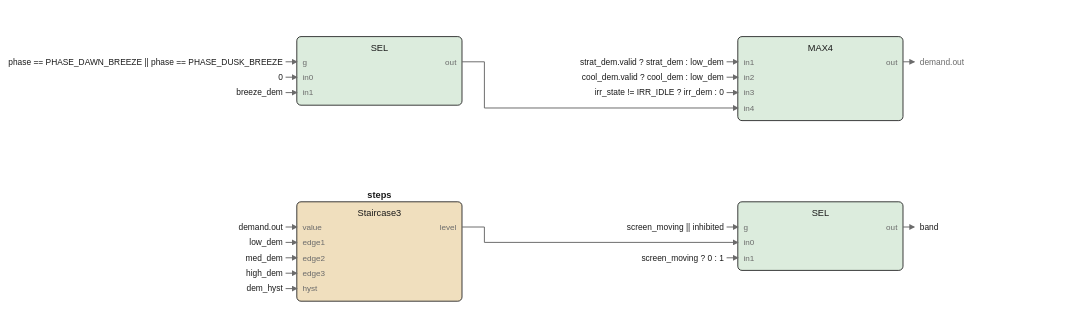
This is images/logic/fans_fbd.drawio.svg from pstch/botanik2, a draw.io export, as it was before one commit. Source tidied: cells renumbered, new cells last; positions are measured from the earlier drawing's top-left corner, leaving out a move shared by most shapes.
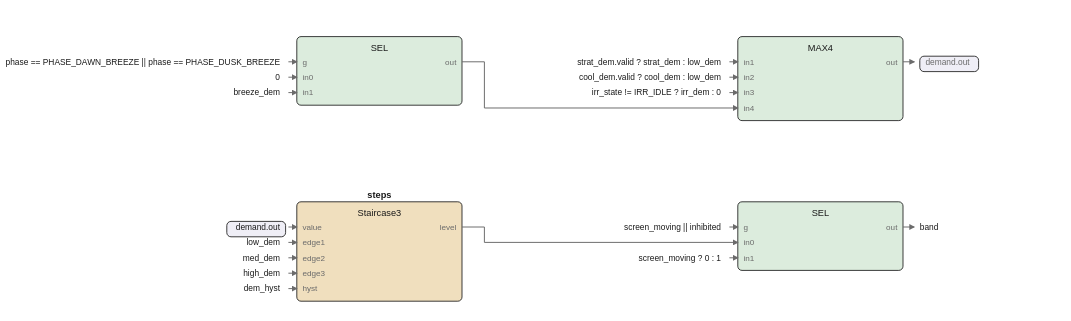
The same file after the commit.

Diff of the diagram source:
```diff
@@ -86,160 +86,147 @@
     <mxCell id="29" value="out" style="text;html=1;whiteSpace=nowrap;fontSize=6;fontColor=#6b6b6b;align=right;verticalAlign=middle;" parent="1" vertex="1">
       <mxGeometry x="608" y="131.7" width="20" height="9.8" as="geometry" />
     </mxCell>
-    <mxCell id="30" style="edgeStyle=none;html=1;strokeColor=#6b6b6b;endArrow=block;" parent="1" edge="1">
+    <mxCell id="30" style="edgeStyle=none;html=1;strokeColor=#6b6b6b;endArrow=block;exitX=1;exitY=0.3673;exitDx=0;exitDy=0;" parent="1" edge="1" source="24">
       <mxGeometry relative="1" as="geometry">
-        <mxPoint x="632" y="136" as="sourcePoint" />
         <mxPoint x="640" y="136" as="targetPoint" />
       </mxGeometry>
     </mxCell>
     <mxCell id="31" value="band" style="text;html=1;whiteSpace=nowrap;fontSize=6;fontColor=#1a1a1a;align=left;verticalAlign=middle;" parent="1" vertex="1">
       <mxGeometry x="644" y="131.5" width="20" height="10" as="geometry" />
     </mxCell>
-    <mxCell id="32" style="edgeStyle=none;html=1;strokeColor=#6b6b6b;endArrow=block;" parent="1" edge="1">
+    <mxCell id="32" style="edgeStyle=none;html=1;strokeColor=#6b6b6b;endArrow=block;exitX=1;exitY=0.3;exitDx=0;exitDy=0;" parent="1" edge="1" source="8">
       <mxGeometry relative="1" as="geometry">
-        <mxPoint x="632" y="18" as="sourcePoint" />
         <mxPoint x="640" y="18" as="targetPoint" />
       </mxGeometry>
     </mxCell>
-    <mxCell id="33" value="demand.out" style="text;html=1;whiteSpace=nowrap;fontSize=6;fontColor=#6b6b6b;align=left;verticalAlign=middle;" parent="1" vertex="1">
-      <mxGeometry x="644" y="13.5" width="37" height="10" as="geometry" />
+    <mxCell id="33" style="rounded=1;fillColor=#efeef6;strokeColor=#1a1a1a;whiteSpace=wrap;html=1;fontSize=8;" parent="1" vertex="1">
+      <mxGeometry x="644" y="14" width="42" height="11" as="geometry" />
     </mxCell>
-    <mxCell id="34" style="edgeStyle=none;html=1;strokeColor=#6b6b6b;endArrow=block;" parent="1" edge="1">
-      <mxGeometry relative="1" as="geometry">
-        <mxPoint x="317" y="18" as="sourcePoint" />
-        <mxPoint x="514" y="51" as="targetPoint" />
-        <Array as="points">
-          <mxPoint x="333" y="18" />
-          <mxPoint x="333" y="51" />
-        </Array>
-      </mxGeometry>
-    </mxCell>
+    <mxCell id="48" value="demand.out" style="text;html=1;whiteSpace=nowrap;fontSize=6;fontColor=#6b6b6b;align=left;verticalAlign=middle;" parent="1" vertex="1">
+      <mxGeometry x="648" y="13.5" width="37" height="10" as="geometry" />
+    </mxCell>
-    <mxCell id="35" style="edgeStyle=none;html=1;strokeColor=#6b6b6b;endArrow=block;" parent="1" edge="1">
+    <mxCell id="35" style="edgeStyle=none;html=1;strokeColor=#6b6b6b;endArrow=block;exitX=1;exitY=0.3673;exitDx=0;exitDy=0;entryX=0;entryY=0.85;entryDx=0;entryDy=0;" parent="1" edge="1" source="2" target="8">
       <mxGeometry relative="1" as="geometry">
-        <mxPoint x="317" y="136" as="sourcePoint" />
-        <mxPoint x="514" y="147" as="targetPoint" />
         <Array as="points">
-          <mxPoint x="333" y="136" />
-          <mxPoint x="333" y="147" />
+          <mxPoint x="333" y="18" />
+          <mxPoint x="333" y="51" />
         </Array>
       </mxGeometry>
     </mxCell>
+    <mxCell id="62" style="edgeStyle=none;html=1;strokeColor=#6b6b6b;endArrow=block;exitX=1;exitY=0.2535;exitDx=0;exitDy=0;entryX=0;entryY=0.5918;entryDx=0;entryDy=0;" parent="1" edge="1" source="15" target="24">
+      <mxGeometry relative="1" as="geometry">
+        <Array as="points">
+          <mxPoint x="333" y="136" />
+          <mxPoint x="333" y="147" />
+        </Array>
+      </mxGeometry>
+    </mxCell>
     <mxCell id="36" value="phase == PHASE_DAWN_BREEZE || phase == PHASE_DUSK_BREEZE" style="text;html=1;whiteSpace=nowrap;fontSize=6;fontColor=#1a1a1a;align=right;verticalAlign=middle;" parent="1" vertex="1">
-      <mxGeometry x="0.2" y="13.5" width="188.8" height="10" as="geometry" />
+      <mxGeometry x="-1.8" y="13.5" width="188.8" height="10" as="geometry" />
     </mxCell>
-    <mxCell id="37" style="edgeStyle=none;html=1;strokeColor=#6b6b6b;endArrow=block;" parent="1" edge="1">
-      <mxGeometry relative="1" as="geometry">
-        <mxPoint x="191" y="18" as="sourcePoint" />
-        <mxPoint x="199" y="18" as="targetPoint" />
-      </mxGeometry>
-    </mxCell>
+    <mxCell id="63" style="edgeStyle=none;html=1;strokeColor=#6b6b6b;endArrow=block;entryX=0;entryY=0.3673;entryDx=0;entryDy=0;" parent="1" edge="1" target="2">
+      <mxGeometry relative="1" as="geometry">
+        <mxPoint x="193" y="18" as="sourcePoint" />
+      </mxGeometry>
+    </mxCell>
     <mxCell id="38" value="0" style="text;html=1;whiteSpace=nowrap;fontSize=6;fontColor=#1a1a1a;align=right;verticalAlign=middle;" parent="1" vertex="1">
-      <mxGeometry x="169" y="24.5" width="20" height="10" as="geometry" />
+      <mxGeometry x="167" y="24.5" width="20" height="10" as="geometry" />
     </mxCell>
-    <mxCell id="39" style="edgeStyle=none;html=1;strokeColor=#6b6b6b;endArrow=block;" parent="1" edge="1">
-      <mxGeometry relative="1" as="geometry">
-        <mxPoint x="191" y="29" as="sourcePoint" />
-        <mxPoint x="199" y="29" as="targetPoint" />
-      </mxGeometry>
-    </mxCell>
+    <mxCell id="64" style="edgeStyle=none;html=1;strokeColor=#6b6b6b;endArrow=block;entryX=0;entryY=0.5918;entryDx=0;entryDy=0;" parent="1" edge="1" target="2">
+      <mxGeometry relative="1" as="geometry">
+        <mxPoint x="193" y="29" as="sourcePoint" />
+      </mxGeometry>
+    </mxCell>
     <mxCell id="40" value="breeze_dem" style="text;html=1;whiteSpace=nowrap;fontSize=6;fontColor=#1a1a1a;align=right;verticalAlign=middle;" parent="1" vertex="1">
-      <mxGeometry x="152" y="35.5" width="37" height="10" as="geometry" />
+      <mxGeometry x="150" y="35.5" width="37" height="10" as="geometry" />
     </mxCell>
-    <mxCell id="41" style="edgeStyle=none;html=1;strokeColor=#6b6b6b;endArrow=block;" parent="1" edge="1">
-      <mxGeometry relative="1" as="geometry">
-        <mxPoint x="191" y="40" as="sourcePoint" />
-        <mxPoint x="199" y="40" as="targetPoint" />
-      </mxGeometry>
-    </mxCell>
+    <mxCell id="65" style="edgeStyle=none;html=1;strokeColor=#6b6b6b;endArrow=block;entryX=0;entryY=0.8163;entryDx=0;entryDy=0;" parent="1" edge="1" target="2">
+      <mxGeometry relative="1" as="geometry">
+        <mxPoint x="193" y="40" as="sourcePoint" />
+      </mxGeometry>
+    </mxCell>
     <mxCell id="42" value="strat_dem.valid ? strat_dem : low_dem" style="text;html=1;whiteSpace=nowrap;fontSize=6;fontColor=#1a1a1a;align=right;verticalAlign=middle;" parent="1" vertex="1">
-      <mxGeometry x="377.9" y="13.5" width="126.1" height="10" as="geometry" />
+      <mxGeometry x="375.9" y="13.5" width="126.1" height="10" as="geometry" />
     </mxCell>
-    <mxCell id="43" style="edgeStyle=none;html=1;strokeColor=#6b6b6b;endArrow=block;" parent="1" edge="1">
-      <mxGeometry relative="1" as="geometry">
-        <mxPoint x="506" y="18" as="sourcePoint" />
-        <mxPoint x="514" y="18" as="targetPoint" />
-      </mxGeometry>
-    </mxCell>
+    <mxCell id="66" style="edgeStyle=none;html=1;strokeColor=#6b6b6b;endArrow=block;entryX=0;entryY=0.3;entryDx=0;entryDy=0;" parent="1" edge="1" target="8">
+      <mxGeometry relative="1" as="geometry">
+        <mxPoint x="508" y="18" as="sourcePoint" />
+      </mxGeometry>
+    </mxCell>
     <mxCell id="44" value="cool_dem.valid ? cool_dem : low_dem" style="text;html=1;whiteSpace=nowrap;fontSize=6;fontColor=#1a1a1a;align=right;verticalAlign=middle;" parent="1" vertex="1">
-      <mxGeometry x="384.5" y="24.5" width="119.5" height="10" as="geometry" />
+      <mxGeometry x="382.5" y="24.5" width="119.5" height="10" as="geometry" />
     </mxCell>
-    <mxCell id="45" style="edgeStyle=none;html=1;strokeColor=#6b6b6b;endArrow=block;" parent="1" edge="1">
-      <mxGeometry relative="1" as="geometry">
-        <mxPoint x="506" y="29" as="sourcePoint" />
-        <mxPoint x="514" y="29" as="targetPoint" />
-      </mxGeometry>
-    </mxCell>
+    <mxCell id="67" style="edgeStyle=none;html=1;strokeColor=#6b6b6b;endArrow=block;entryX=0;entryY=0.4833;entryDx=0;entryDy=0;" parent="1" edge="1" target="8">
+      <mxGeometry relative="1" as="geometry">
+        <mxPoint x="508" y="29" as="sourcePoint" />
+      </mxGeometry>
+    </mxCell>
     <mxCell id="46" value="irr_state != IRR_IDLE ? irr_dem : 0" style="text;html=1;whiteSpace=nowrap;fontSize=6;fontColor=#1a1a1a;align=right;verticalAlign=middle;" parent="1" vertex="1">
-      <mxGeometry x="384.5" y="35.5" width="119.5" height="10" as="geometry" />
+      <mxGeometry x="382.5" y="35.5" width="119.5" height="10" as="geometry" />
     </mxCell>
-    <mxCell id="47" style="edgeStyle=none;html=1;strokeColor=#6b6b6b;endArrow=block;" parent="1" edge="1">
-      <mxGeometry relative="1" as="geometry">
-        <mxPoint x="506" y="40" as="sourcePoint" />
-        <mxPoint x="514" y="40" as="targetPoint" />
-      </mxGeometry>
-    </mxCell>
-    <mxCell id="48" value="demand.out" style="text;html=1;whiteSpace=nowrap;fontSize=6;fontColor=#1a1a1a;align=right;verticalAlign=middle;" parent="1" vertex="1">
-      <mxGeometry x="152" y="131.5" width="37" height="10" as="geometry" />
-    </mxCell>
-    <mxCell id="49" style="edgeStyle=none;html=1;strokeColor=#6b6b6b;endArrow=block;" parent="1" edge="1">
-      <mxGeometry relative="1" as="geometry">
-        <mxPoint x="191" y="136" as="sourcePoint" />
-        <mxPoint x="199" y="136" as="targetPoint" />
-      </mxGeometry>
-    </mxCell>
+    <mxCell id="68" style="edgeStyle=none;html=1;strokeColor=#6b6b6b;endArrow=block;entryX=0;entryY=0.6667;entryDx=0;entryDy=0;" parent="1" edge="1" target="8">
+      <mxGeometry relative="1" as="geometry">
+        <mxPoint x="508" y="40" as="sourcePoint" />
+      </mxGeometry>
+    </mxCell>
+    <mxCell id="69" style="rounded=1;fillColor=#efeef6;strokeColor=#1a1a1a;whiteSpace=wrap;html=1;fontSize=8;" parent="1" vertex="1">
+      <mxGeometry x="149" y="132" width="42" height="11" as="geometry" />
+    </mxCell>
-    <mxCell id="50" value="low_dem" style="text;html=1;whiteSpace=nowrap;fontSize=6;fontColor=#1a1a1a;align=right;verticalAlign=middle;" parent="1" vertex="1">
-      <mxGeometry x="161.9" y="142.5" width="27.1" height="10" as="geometry" />
+    <mxCell id="50" value="demand.out" style="text;html=1;whiteSpace=nowrap;fontSize=6;fontColor=#1a1a1a;align=right;verticalAlign=middle;" parent="1" vertex="1">
+      <mxGeometry x="150" y="131.5" width="37" height="10" as="geometry" />
     </mxCell>
-    <mxCell id="51" style="edgeStyle=none;html=1;strokeColor=#6b6b6b;endArrow=block;" parent="1" edge="1">
+    <mxCell id="51" style="edgeStyle=none;html=1;strokeColor=#6b6b6b;endArrow=block;entryX=0;entryY=0.2535;entryDx=0;entryDy=0;" parent="1" edge="1" target="15">
       <mxGeometry relative="1" as="geometry">
-        <mxPoint x="191" y="147" as="sourcePoint" />
-        <mxPoint x="199" y="147" as="targetPoint" />
+        <mxPoint x="193" y="136" as="sourcePoint" />
       </mxGeometry>
     </mxCell>
-    <mxCell id="52" value="med_dem" style="text;html=1;whiteSpace=nowrap;fontSize=6;fontColor=#1a1a1a;align=right;verticalAlign=middle;" parent="1" vertex="1">
-      <mxGeometry x="161.9" y="153.5" width="27.1" height="10" as="geometry" />
+    <mxCell id="52" value="low_dem" style="text;html=1;whiteSpace=nowrap;fontSize=6;fontColor=#1a1a1a;align=right;verticalAlign=middle;" parent="1" vertex="1">
+      <mxGeometry x="159.9" y="142.5" width="27.1" height="10" as="geometry" />
     </mxCell>
-    <mxCell id="53" style="edgeStyle=none;html=1;strokeColor=#6b6b6b;endArrow=block;" parent="1" edge="1">
+    <mxCell id="53" style="edgeStyle=none;html=1;strokeColor=#6b6b6b;endArrow=block;entryX=0;entryY=0.4085;entryDx=0;entryDy=0;" parent="1" edge="1" target="15">
       <mxGeometry relative="1" as="geometry">
-        <mxPoint x="191" y="158" as="sourcePoint" />
-        <mxPoint x="199" y="158" as="targetPoint" />
+        <mxPoint x="193" y="147" as="sourcePoint" />
       </mxGeometry>
     </mxCell>
-    <mxCell id="54" value="high_dem" style="text;html=1;whiteSpace=nowrap;fontSize=6;fontColor=#1a1a1a;align=right;verticalAlign=middle;" parent="1" vertex="1">
-      <mxGeometry x="158.6" y="164.5" width="30.4" height="10" as="geometry" />
+    <mxCell id="54" value="med_dem" style="text;html=1;whiteSpace=nowrap;fontSize=6;fontColor=#1a1a1a;align=right;verticalAlign=middle;" parent="1" vertex="1">
+      <mxGeometry x="159.9" y="153.5" width="27.1" height="10" as="geometry" />
     </mxCell>
-    <mxCell id="55" style="edgeStyle=none;html=1;strokeColor=#6b6b6b;endArrow=block;" parent="1" edge="1">
+    <mxCell id="55" style="edgeStyle=none;html=1;strokeColor=#6b6b6b;endArrow=block;entryX=0;entryY=0.5634;entryDx=0;entryDy=0;" parent="1" edge="1" target="15">
       <mxGeometry relative="1" as="geometry">
-        <mxPoint x="191" y="169" as="sourcePoint" />
-        <mxPoint x="199" y="169" as="targetPoint" />
+        <mxPoint x="193" y="158" as="sourcePoint" />
       </mxGeometry>
     </mxCell>
-    <mxCell id="56" value="dem_hyst" style="text;html=1;whiteSpace=nowrap;fontSize=6;fontColor=#1a1a1a;align=right;verticalAlign=middle;" parent="1" vertex="1">
-      <mxGeometry x="158.6" y="175.5" width="30.4" height="10" as="geometry" />
+    <mxCell id="56" value="high_dem" style="text;html=1;whiteSpace=nowrap;fontSize=6;fontColor=#1a1a1a;align=right;verticalAlign=middle;" parent="1" vertex="1">
+      <mxGeometry x="156.6" y="164.5" width="30.4" height="10" as="geometry" />
     </mxCell>
-    <mxCell id="57" style="edgeStyle=none;html=1;strokeColor=#6b6b6b;endArrow=block;" parent="1" edge="1">
+    <mxCell id="57" style="edgeStyle=none;html=1;strokeColor=#6b6b6b;endArrow=block;entryX=0;entryY=0.7183;entryDx=0;entryDy=0;" parent="1" edge="1" target="15">
       <mxGeometry relative="1" as="geometry">
-        <mxPoint x="191" y="180" as="sourcePoint" />
-        <mxPoint x="199" y="180" as="targetPoint" />
+        <mxPoint x="193" y="169" as="sourcePoint" />
       </mxGeometry>
     </mxCell>
-    <mxCell id="58" value="screen_moving || inhibited" style="text;html=1;whiteSpace=nowrap;fontSize=6;fontColor=#1a1a1a;align=right;verticalAlign=middle;" parent="1" vertex="1">
-      <mxGeometry x="414.2" y="131.5" width="89.8" height="10" as="geometry" />
+    <mxCell id="58" value="dem_hyst" style="text;html=1;whiteSpace=nowrap;fontSize=6;fontColor=#1a1a1a;align=right;verticalAlign=middle;" parent="1" vertex="1">
+      <mxGeometry x="156.6" y="175.5" width="30.4" height="10" as="geometry" />
     </mxCell>
-    <mxCell id="59" style="edgeStyle=none;html=1;strokeColor=#6b6b6b;endArrow=block;" parent="1" edge="1">
+    <mxCell id="59" style="edgeStyle=none;html=1;strokeColor=#6b6b6b;endArrow=block;entryX=0;entryY=0.8732;entryDx=0;entryDy=0;" parent="1" edge="1" target="15">
       <mxGeometry relative="1" as="geometry">
-        <mxPoint x="506" y="136" as="sourcePoint" />
-        <mxPoint x="514" y="136" as="targetPoint" />
+        <mxPoint x="193" y="180" as="sourcePoint" />
       </mxGeometry>
     </mxCell>
-    <mxCell id="60" value="screen_moving ? 0 : 1" style="text;html=1;whiteSpace=nowrap;fontSize=6;fontColor=#1a1a1a;align=right;verticalAlign=middle;" parent="1" vertex="1">
-      <mxGeometry x="430.7" y="153.5" width="73.3" height="10" as="geometry" />
+    <mxCell id="60" value="screen_moving || inhibited" style="text;html=1;whiteSpace=nowrap;fontSize=6;fontColor=#1a1a1a;align=right;verticalAlign=middle;" parent="1" vertex="1">
+      <mxGeometry x="412.2" y="131.5" width="89.8" height="10" as="geometry" />
     </mxCell>
-    <mxCell id="61" style="edgeStyle=none;html=1;strokeColor=#6b6b6b;endArrow=block;" parent="1" edge="1">
+    <mxCell id="61" style="edgeStyle=none;html=1;strokeColor=#6b6b6b;endArrow=block;entryX=0;entryY=0.3673;entryDx=0;entryDy=0;" parent="1" edge="1" target="24">
       <mxGeometry relative="1" as="geometry">
-        <mxPoint x="506" y="158" as="sourcePoint" />
-        <mxPoint x="514" y="158" as="targetPoint" />
+        <mxPoint x="508" y="136" as="sourcePoint" />
       </mxGeometry>
     </mxCell>
+    <mxCell id="70" value="screen_moving ? 0 : 1" style="text;html=1;whiteSpace=nowrap;fontSize=6;fontColor=#1a1a1a;align=right;verticalAlign=middle;" parent="1" vertex="1">
+      <mxGeometry x="428.7" y="153.5" width="73.3" height="10" as="geometry" />
+    </mxCell>
+    <mxCell id="71" style="edgeStyle=none;html=1;strokeColor=#6b6b6b;endArrow=block;entryX=0;entryY=0.8163;entryDx=0;entryDy=0;" parent="1" edge="1" target="24">
+      <mxGeometry relative="1" as="geometry">
+        <mxPoint x="508" y="158" as="sourcePoint" />
+      </mxGeometry>
+    </mxCell>
   </root>
 </mxGraphModel>
```
